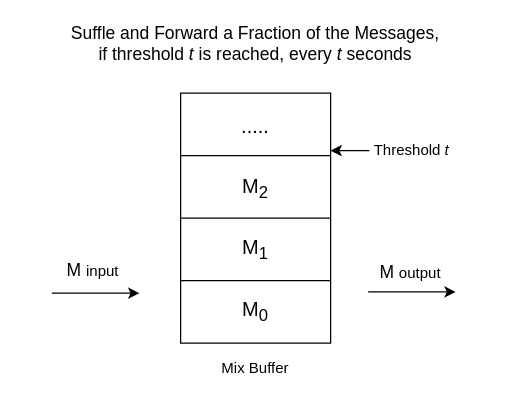
The draw.io diagram figures/mixing_techniques/pool.drawio in Erodotos/msc-dissertation, before the edit. Source tidied: cells renumbered, new cells numbered last; positions are measured from the earlier drawing's top-left corner, leaving out a move shared by most shapes. Both pictures are drawn from the tidied source at 125%, with x=0, y=0 at pixel (51, 30).
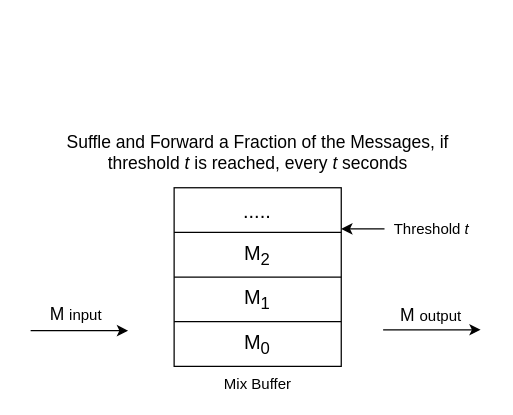
The same page after the edit.

Diff of the diagram source:
```diff
@@
+    <mxCell id="18" style="group;" parent="1" vertex="1">
+      <mxGeometry x="-17" y="90" width="360" height="200" as="geometry" />
+    </mxCell>
-    <mxCell id="2" style="rounded=0;whiteSpace=wrap;html=1;" parent="1" vertex="1">
-      <mxGeometry x="103" y="50" width="120" height="200" as="geometry" />
+    <mxCell id="2" style="rounded=0;whiteSpace=wrap;html=1;" parent="18" vertex="1">
+      <mxGeometry x="114.8" y="35.7" width="133.7" height="142.9" as="geometry" />
     </mxCell>
-    <mxCell id="3" style="endArrow=none;html=1;exitX=0;exitY=0.25;exitDx=0;exitDy=0;entryX=1;entryY=0.25;entryDx=0;entryDy=0;" parent="1" edge="1" source="2" target="2">
+    <mxCell id="3" style="endArrow=none;html=1;exitX=0;exitY=0.25;exitDx=0;exitDy=0;entryX=1;entryY=0.25;entryDx=0;entryDy=0;" parent="18" edge="1" source="2" target="2">
       <mxGeometry relative="1" as="geometry" />
     </mxCell>
-    <mxCell id="4" style="endArrow=none;html=1;exitX=0;exitY=0.5;exitDx=0;exitDy=0;entryX=1;entryY=0.5;entryDx=0;entryDy=0;" parent="1" edge="1" source="2" target="2">
+    <mxCell id="4" style="endArrow=none;html=1;exitX=0;exitY=0.5;exitDx=0;exitDy=0;entryX=1;entryY=0.5;entryDx=0;entryDy=0;" parent="18" edge="1" source="2" target="2">
       <mxGeometry relative="1" as="geometry" />
     </mxCell>
-    <mxCell id="5" style="endArrow=none;html=1;exitX=0;exitY=0.75;exitDx=0;exitDy=0;entryX=1;entryY=0.75;entryDx=0;entryDy=0;" parent="1" edge="1" source="2" target="2">
+    <mxCell id="5" style="endArrow=none;html=1;exitX=0;exitY=0.75;exitDx=0;exitDy=0;entryX=1;entryY=0.75;entryDx=0;entryDy=0;" parent="18" edge="1" source="2" target="2">
       <mxGeometry relative="1" as="geometry" />
     </mxCell>
-    <mxCell id="6" value="&lt;font style=&quot;font-size: 16px&quot;&gt;Μ&lt;sub&gt;0&lt;/sub&gt;&lt;/font&gt;" style="text;html=1;strokeColor=none;fillColor=none;align=center;verticalAlign=middle;whiteSpace=wrap;rounded=0;" parent="1" vertex="1">
-      <mxGeometry x="143" y="215" width="40" height="20" as="geometry" />
+    <mxCell id="6" value="&lt;font style=&quot;font-size: 16px&quot;&gt;Μ&lt;sub&gt;0&lt;/sub&gt;&lt;/font&gt;" style="text;html=1;strokeColor=none;fillColor=none;align=center;verticalAlign=middle;whiteSpace=wrap;rounded=0;" parent="18" vertex="1">
+      <mxGeometry x="159.4" y="153.6" width="44.6" height="14.3" as="geometry" />
     </mxCell>
-    <mxCell id="7" value="&lt;font style=&quot;font-size: 16px&quot;&gt;Μ&lt;sub&gt;1&lt;br&gt;&lt;/sub&gt;&lt;/font&gt;" style="text;html=1;strokeColor=none;fillColor=none;align=center;verticalAlign=middle;whiteSpace=wrap;rounded=0;" parent="1" vertex="1">
-      <mxGeometry x="143" y="165" width="40" height="20" as="geometry" />
+    <mxCell id="7" value="&lt;font style=&quot;font-size: 16px&quot;&gt;Μ&lt;sub&gt;1&lt;br&gt;&lt;/sub&gt;&lt;/font&gt;" style="text;html=1;strokeColor=none;fillColor=none;align=center;verticalAlign=middle;whiteSpace=wrap;rounded=0;" parent="18" vertex="1">
+      <mxGeometry x="159.4" y="117.9" width="44.6" height="14.3" as="geometry" />
     </mxCell>
-    <mxCell id="8" value="&lt;font style=&quot;font-size: 16px&quot;&gt;Μ&lt;sub&gt;2&lt;/sub&gt;&lt;/font&gt;" style="text;html=1;strokeColor=none;fillColor=none;align=center;verticalAlign=middle;whiteSpace=wrap;rounded=0;" parent="1" vertex="1">
-      <mxGeometry x="143" y="116" width="40" height="20" as="geometry" />
+    <mxCell id="8" value="&lt;font style=&quot;font-size: 16px&quot;&gt;Μ&lt;sub&gt;2&lt;/sub&gt;&lt;/font&gt;" style="text;html=1;strokeColor=none;fillColor=none;align=center;verticalAlign=middle;whiteSpace=wrap;rounded=0;" parent="18" vertex="1">
+      <mxGeometry x="159.4" y="82.9" width="44.6" height="14.3" as="geometry" />
     </mxCell>
-    <mxCell id="9" value="&lt;span style=&quot;font-size: 16px&quot;&gt;.....&lt;/span&gt;" style="text;html=1;strokeColor=none;fillColor=none;align=center;verticalAlign=middle;whiteSpace=wrap;rounded=0;" parent="1" vertex="1">
-      <mxGeometry x="143" y="66" width="40" height="20" as="geometry" />
+    <mxCell id="9" value="&lt;span style=&quot;font-size: 16px&quot;&gt;.....&lt;/span&gt;" style="text;html=1;strokeColor=none;fillColor=none;align=center;verticalAlign=middle;whiteSpace=wrap;rounded=0;" parent="18" vertex="1">
+      <mxGeometry x="159.4" y="47.1" width="44.6" height="14.3" as="geometry" />
     </mxCell>
-    <mxCell id="10" style="endArrow=classic;html=1;" parent="1" edge="1">
+    <mxCell id="10" style="endArrow=classic;html=1;" parent="18" edge="1">
       <mxGeometry relative="1" as="geometry">
-        <mxPoint y="210" as="sourcePoint" />
-        <mxPoint x="70" y="210" as="targetPoint" />
+        <mxPoint y="150" as="sourcePoint" />
+        <mxPoint x="78" y="150" as="targetPoint" />
       </mxGeometry>
     </mxCell>
-    <mxCell id="11" style="endArrow=classic;html=1;" parent="1" edge="1">
+    <mxCell id="11" style="endArrow=classic;html=1;" parent="18" edge="1">
       <mxGeometry relative="1" as="geometry">
-        <mxPoint x="253" y="209" as="sourcePoint" />
-        <mxPoint x="323" y="209" as="targetPoint" />
+        <mxPoint x="282" y="149.3" as="sourcePoint" />
+        <mxPoint x="360" y="149.3" as="targetPoint" />
       </mxGeometry>
     </mxCell>
-    <mxCell id="12" value="&lt;font&gt;&lt;font style=&quot;font-size: 14px&quot;&gt;Μ&amp;nbsp;&lt;/font&gt;&lt;font style=&quot;font-size: 12px&quot;&gt;input&lt;/font&gt;&lt;/font&gt;" style="text;html=1;strokeColor=none;fillColor=none;align=center;verticalAlign=middle;whiteSpace=wrap;rounded=0;" parent="1" vertex="1">
-      <mxGeometry x="13" y="182" width="40" height="20" as="geometry" />
+    <mxCell id="12" value="&lt;font&gt;&lt;font style=&quot;font-size: 14px&quot;&gt;Μ&amp;nbsp;&lt;/font&gt;&lt;font style=&quot;font-size: 12px&quot;&gt;input&lt;/font&gt;&lt;/font&gt;" style="text;html=1;strokeColor=none;fillColor=none;align=center;verticalAlign=middle;whiteSpace=wrap;rounded=0;" parent="18" vertex="1">
+      <mxGeometry x="14.5" y="130" width="44.6" height="14.3" as="geometry" />
     </mxCell>
-    <mxCell id="13" value="&lt;font&gt;&lt;font style=&quot;font-size: 14px&quot;&gt;Μ&amp;nbsp;&lt;/font&gt;&lt;font style=&quot;font-size: 12px&quot;&gt;output&lt;/font&gt;&lt;/font&gt;" style="text;html=1;strokeColor=none;fillColor=none;align=center;verticalAlign=middle;whiteSpace=wrap;rounded=0;" parent="1" vertex="1">
-      <mxGeometry x="267" y="183" width="40" height="20" as="geometry" />
+    <mxCell id="13" value="&lt;font&gt;&lt;font style=&quot;font-size: 14px&quot;&gt;Μ&amp;nbsp;&lt;/font&gt;&lt;font style=&quot;font-size: 12px&quot;&gt;output&lt;/font&gt;&lt;/font&gt;" style="text;html=1;strokeColor=none;fillColor=none;align=center;verticalAlign=middle;whiteSpace=wrap;rounded=0;" parent="18" vertex="1">
+      <mxGeometry x="297.6" y="130.7" width="44.6" height="14.3" as="geometry" />
     </mxCell>
-    <mxCell id="14" value="&lt;font style=&quot;font-size: 14px&quot;&gt;Suffle and Forward a Fraction of the Messages, if threshold &lt;i&gt;t &lt;/i&gt;is reached, every &lt;i&gt;t &lt;/i&gt;seconds&lt;/font&gt;" style="text;html=1;strokeColor=none;fillColor=none;align=center;verticalAlign=middle;whiteSpace=wrap;rounded=0;" parent="1" vertex="1">
-      <mxGeometry x="13" width="300" height="20" as="geometry" />
+    <mxCell id="14" value="&lt;font style=&quot;font-size: 14px&quot;&gt;Suffle and Forward a Fraction of the Messages, if threshold &lt;i&gt;t &lt;/i&gt;is reached, every &lt;i&gt;t &lt;/i&gt;seconds&lt;/font&gt;" style="text;html=1;strokeColor=none;fillColor=none;align=center;verticalAlign=middle;whiteSpace=wrap;rounded=0;" parent="18" vertex="1">
+      <mxGeometry x="14.5" width="334.4" height="14.3" as="geometry" />
     </mxCell>
-    <mxCell id="15" value="&lt;font style=&quot;font-size: 12px&quot;&gt;Mix Buffer&lt;/font&gt;" style="text;html=1;strokeColor=none;fillColor=none;align=center;verticalAlign=middle;whiteSpace=wrap;rounded=0;" parent="1" vertex="1">
-      <mxGeometry x="103" y="260" width="120" height="20" as="geometry" />
+    <mxCell id="15" value="&lt;font style=&quot;font-size: 12px&quot;&gt;Mix Buffer&lt;/font&gt;" style="text;html=1;strokeColor=none;fillColor=none;align=center;verticalAlign=middle;whiteSpace=wrap;rounded=0;" parent="18" vertex="1">
+      <mxGeometry x="114.8" y="185.7" width="133.7" height="14.3" as="geometry" />
     </mxCell>
-    <mxCell id="16" style="edgeStyle=orthogonalEdgeStyle;rounded=0;jettySize=auto;html=1;" parent="1" edge="1" source="17">
+    <mxCell id="16" style="edgeStyle=orthogonalEdgeStyle;rounded=0;jettySize=auto;html=1;" parent="18" edge="1" source="17">
       <mxGeometry relative="1" as="geometry">
-        <mxPoint x="223" y="96" as="targetPoint" />
+        <mxPoint x="248.5" y="68.6" as="targetPoint" />
       </mxGeometry>
     </mxCell>
-    <mxCell id="17" value="Threshold &lt;i&gt;t&lt;/i&gt;" style="text;html=1;strokeColor=none;fillColor=none;align=center;verticalAlign=middle;whiteSpace=wrap;rounded=0;" parent="1" vertex="1">
-      <mxGeometry x="254" y="86" width="68" height="20" as="geometry" />
+    <mxCell id="17" value="Threshold &lt;i&gt;t&lt;/i&gt;" style="text;html=1;strokeColor=none;fillColor=none;align=center;verticalAlign=middle;whiteSpace=wrap;rounded=0;" parent="18" vertex="1">
+      <mxGeometry x="283.1" y="61.4" width="75.8" height="14.3" as="geometry" />
     </mxCell>
```
